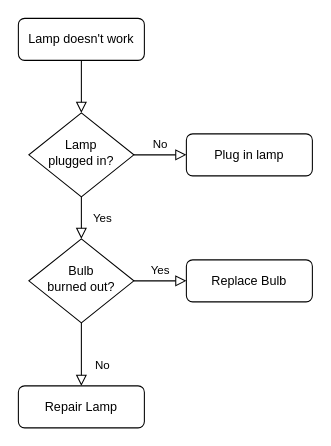
Above: Untitled Diagram.drawio in dhernandezg/Icons (draw.io), before the change. Source tidied: cells renumbered, new cells numbered last; positions are measured from the earlier drawing's top-left corner, leaving out a move shared by most shapes. Both pictures are drawn from the tidied source at 105%, with x=0, y=0 at pixel (18, 18).
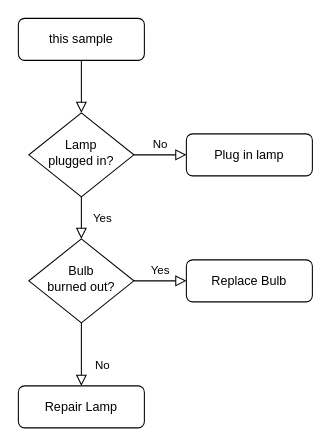
The same diagram, later.

Change to the diagram source:
```diff
@@
 <mxGraphModel>
   <root>
     <mxCell id="0" />
     <mxCell id="1" parent="0" />
     <mxCell id="2" style="rounded=0;html=1;jettySize=auto;fontSize=11;endArrow=block;endFill=0;endSize=8;strokeWidth=1;shadow=0;labelBackgroundColor=none;edgeStyle=orthogonalEdgeStyle;" parent="1" edge="1" source="3" target="6">
       <mxGeometry relative="1" as="geometry" />
     </mxCell>
-    <mxCell id="3" value="Lamp doesn't work" style="rounded=1;whiteSpace=wrap;html=1;fontSize=12;glass=0;strokeWidth=1;shadow=0;" parent="1" vertex="1">
+    <mxCell id="3" value="this sample" style="rounded=1;whiteSpace=wrap;html=1;fontSize=12;glass=0;strokeWidth=1;shadow=0;" parent="1" vertex="1">
       <mxGeometry width="120" height="40" as="geometry" />
     </mxCell>
     <mxCell id="4" value="Yes" style="rounded=0;html=1;jettySize=auto;fontSize=11;endArrow=block;endFill=0;endSize=8;strokeWidth=1;shadow=0;labelBackgroundColor=none;edgeStyle=orthogonalEdgeStyle;" parent="1" edge="1" source="6" target="10">
       <mxGeometry y="20" relative="1" as="geometry" />
     </mxCell>
     <mxCell id="5" value="No" style="edgeStyle=orthogonalEdgeStyle;rounded=0;html=1;jettySize=auto;fontSize=11;endArrow=block;endFill=0;endSize=8;strokeWidth=1;shadow=0;labelBackgroundColor=none;" parent="1" edge="1" source="6" target="7">
       <mxGeometry y="10" relative="1" as="geometry" />
     </mxCell>
     <mxCell id="6" value="Lamp&lt;br&gt;plugged in?" style="rhombus;whiteSpace=wrap;html=1;shadow=0;fontFamily=Helvetica;fontSize=12;align=center;strokeWidth=1;spacing=6;spacingTop=-4;" parent="1" vertex="1">
       <mxGeometry x="10" y="90" width="100" height="80" as="geometry" />
     </mxCell>
     <mxCell id="7" value="Plug in lamp" style="rounded=1;whiteSpace=wrap;html=1;fontSize=12;glass=0;strokeWidth=1;shadow=0;" parent="1" vertex="1">
       <mxGeometry x="160" y="110" width="120" height="40" as="geometry" />
     </mxCell>
     <mxCell id="8" value="No" style="rounded=0;html=1;jettySize=auto;fontSize=11;endArrow=block;endFill=0;endSize=8;strokeWidth=1;shadow=0;labelBackgroundColor=none;edgeStyle=orthogonalEdgeStyle;" parent="1" edge="1" source="10" target="11">
       <mxGeometry x="0.33" y="20" relative="1" as="geometry" />
     </mxCell>
     <mxCell id="9" value="Yes" style="edgeStyle=orthogonalEdgeStyle;rounded=0;html=1;jettySize=auto;fontSize=11;endArrow=block;endFill=0;endSize=8;strokeWidth=1;shadow=0;labelBackgroundColor=none;" parent="1" edge="1" source="10" target="12">
       <mxGeometry y="10" relative="1" as="geometry" />
     </mxCell>
     <mxCell id="10" value="Bulb&lt;br&gt;burned out?" style="rhombus;whiteSpace=wrap;html=1;shadow=0;fontFamily=Helvetica;fontSize=12;align=center;strokeWidth=1;spacing=6;spacingTop=-4;" parent="1" vertex="1">
       <mxGeometry x="10" y="210" width="100" height="80" as="geometry" />
     </mxCell>
     <mxCell id="11" value="Repair Lamp" style="rounded=1;whiteSpace=wrap;html=1;fontSize=12;glass=0;strokeWidth=1;shadow=0;" parent="1" vertex="1">
       <mxGeometry y="350" width="120" height="40" as="geometry" />
     </mxCell>
     <mxCell id="12" value="Replace Bulb" style="rounded=1;whiteSpace=wrap;html=1;fontSize=12;glass=0;strokeWidth=1;shadow=0;" parent="1" vertex="1">
       <mxGeometry x="160" y="230" width="120" height="40" as="geometry" />
     </mxCell>
   </root>
 </mxGraphModel>
```
